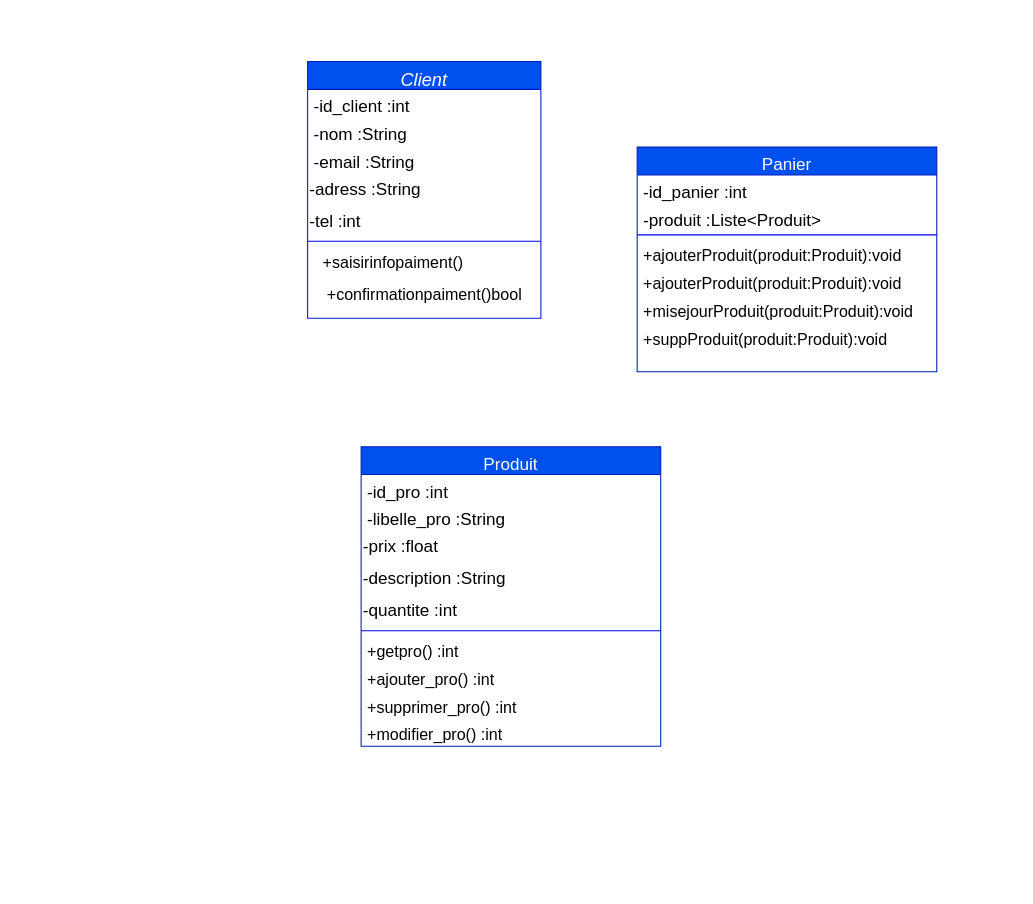
This is page "Page-1" (1 of 3) of Class Diagram.drawio from hananemazyan/DIAGRAMS, a draw.io file, before an edit. Source tidied: cells renumbered, new cells numbered last; positions are measured from the earlier drawing's top-left corner, leaving out a move shared by most shapes. Both pictures are drawn from the tidied source at 107%, with x=0, y=0 at pixel (307, 61).
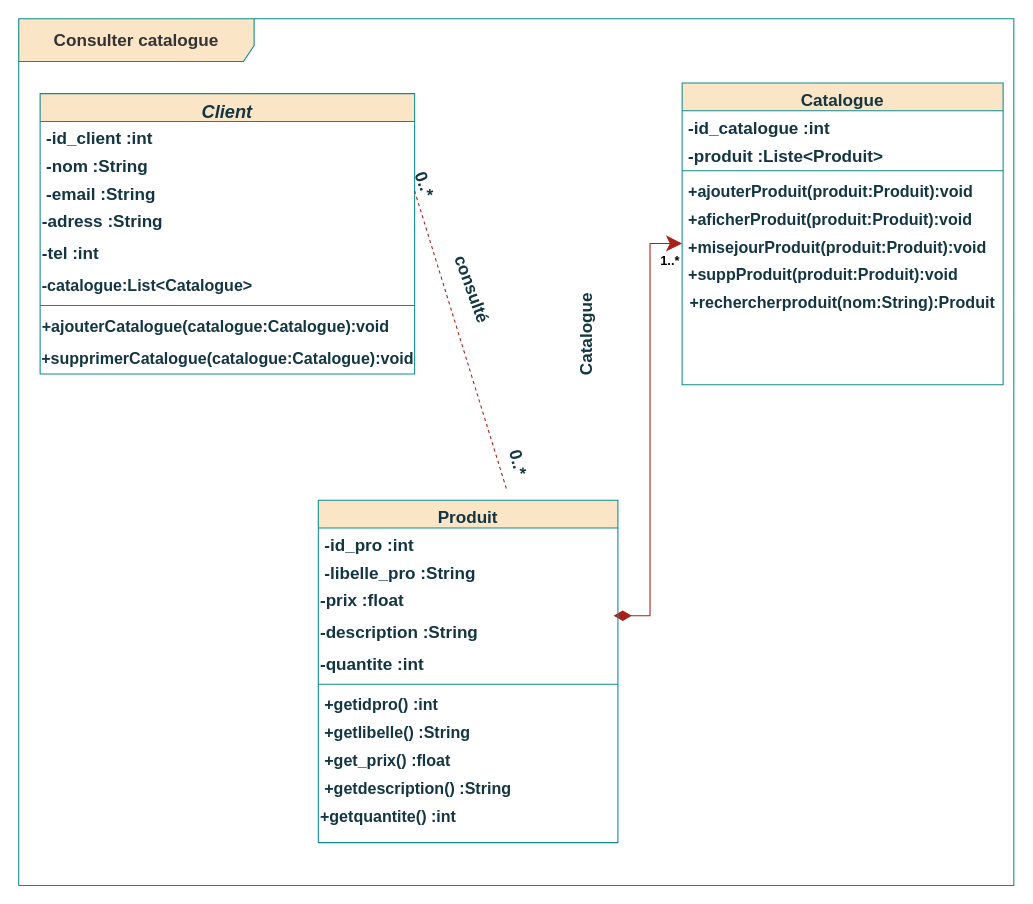
After the change.

Diff of the diagram source:
```diff
@@
-    <mxCell id="2" value="Client" style="swimlane;fontStyle=2;align=center;verticalAlign=top;horizontal=1;startSize=26;rounded=0;shadow=0;strokeWidth=1;fontSize=17;fillColor=#0050ef;strokeColor=#001DBC;fontColor=#ffffff;" parent="1" vertex="1">
-      <mxGeometry width="218" height="240" as="geometry" />
+    <mxCell id="2" value="Client" style="swimlane;fontStyle=3;align=center;verticalAlign=top;horizontal=1;startSize=26;rounded=0;shadow=0;strokeWidth=1;fontSize=17;fillColor=#FAE5C7;strokeColor=#0F8B8D;fontColor=#143642;labelBackgroundColor=none;" parent="1" vertex="1">
+      <mxGeometry x="-250" y="30" width="350" height="262" as="geometry" />
     </mxCell>
-    <mxCell id="3" value="-id_client :int" style="text;align=left;verticalAlign=top;spacingLeft=4;spacingRight=4;overflow=hidden;fontSize=16;" parent="2" vertex="1">
-      <mxGeometry y="26" width="218" height="26" as="geometry" />
+    <mxCell id="3" value="-id_client :int" style="text;align=left;verticalAlign=top;spacingLeft=4;spacingRight=4;overflow=hidden;fontSize=16;fontStyle=1;labelBackgroundColor=none;fontColor=#143642;" parent="2" vertex="1">
+      <mxGeometry y="26" width="350" height="26" as="geometry" />
     </mxCell>
-    <mxCell id="4" value="-nom :String" style="text;align=left;verticalAlign=top;spacingLeft=4;spacingRight=4;overflow=hidden;rounded=0;shadow=0;html=0;fontSize=16;" parent="2" vertex="1">
-      <mxGeometry y="52" width="218" height="26" as="geometry" />
+    <mxCell id="4" value="-nom :String" style="text;align=left;verticalAlign=top;spacingLeft=4;spacingRight=4;overflow=hidden;rounded=0;shadow=0;html=0;fontSize=16;fontStyle=1;labelBackgroundColor=none;fontColor=#143642;" parent="2" vertex="1">
+      <mxGeometry y="52" width="350" height="26" as="geometry" />
     </mxCell>
-    <mxCell id="5" value="-email :String" style="text;align=left;verticalAlign=top;spacingLeft=4;spacingRight=4;overflow=hidden;points=[[0,0.5],[1,0.5]];portConstraint=eastwest;rounded=0;shadow=0;html=0;fontSize=16;" parent="2" vertex="1">
-      <mxGeometry y="78" width="218" height="26" as="geometry" />
+    <mxCell id="5" value="-email :String" style="text;align=left;verticalAlign=top;spacingLeft=4;spacingRight=4;overflow=hidden;points=[[0,0.5],[1,0.5]];portConstraint=eastwest;rounded=0;shadow=0;html=0;fontSize=16;fontStyle=1;labelBackgroundColor=none;fontColor=#143642;" parent="2" vertex="1">
+      <mxGeometry y="78" width="350" height="26" as="geometry" />
     </mxCell>
-    <mxCell id="6" value="-adress :String" style="text;strokeColor=none;fillColor=none;html=1;align=left;verticalAlign=middle;whiteSpace=wrap;rounded=0;fontSize=16;" parent="2" vertex="1">
-      <mxGeometry y="104" width="218" height="30" as="geometry" />
+    <mxCell id="6" value="&lt;b&gt;-adress :String&lt;/b&gt;" style="text;strokeColor=none;fillColor=none;html=1;align=left;verticalAlign=middle;whiteSpace=wrap;rounded=0;fontSize=16;labelBackgroundColor=none;fontColor=#143642;" parent="2" vertex="1">
+      <mxGeometry y="104" width="350" height="30" as="geometry" />
     </mxCell>
-    <mxCell id="7" value="-tel :int" style="text;strokeColor=none;fillColor=none;html=1;align=left;verticalAlign=middle;whiteSpace=wrap;rounded=0;fontSize=16;" parent="2" vertex="1">
-      <mxGeometry y="134" width="218" height="30" as="geometry" />
+    <mxCell id="7" value="&lt;b&gt;-tel :int&lt;/b&gt;" style="text;strokeColor=none;fillColor=none;html=1;align=left;verticalAlign=middle;whiteSpace=wrap;rounded=0;fontSize=16;labelBackgroundColor=none;fontColor=#143642;" parent="2" vertex="1">
+      <mxGeometry y="134" width="350" height="30" as="geometry" />
     </mxCell>
+    <mxCell id="30" value="&lt;span style=&quot;font-size: 15px;&quot;&gt;&lt;b&gt;-catalogue:List&amp;lt;Catalogue&amp;gt;&lt;/b&gt;&lt;/span&gt;" style="text;strokeColor=none;fillColor=none;html=1;align=left;verticalAlign=middle;whiteSpace=wrap;rounded=0;fontSize=16;labelBackgroundColor=none;fontColor=#143642;" parent="2" vertex="1">
+      <mxGeometry y="164" width="350" height="30" as="geometry" />
+    </mxCell>
-    <mxCell id="8" style="line;html=1;strokeWidth=1;align=left;verticalAlign=middle;spacingTop=-1;spacingLeft=3;spacingRight=3;labelPosition=right;strokeColor=#0000FF;" parent="2" vertex="1">
-      <mxGeometry y="164" width="218" height="8" as="geometry" />
+    <mxCell id="8" style="line;html=1;strokeWidth=1;align=left;verticalAlign=middle;spacingTop=-1;spacingLeft=3;spacingRight=3;labelPosition=right;strokeColor=#0F8B8D;labelBackgroundColor=none;fillColor=#FAE5C7;fontColor=#143642;" parent="2" vertex="1">
+      <mxGeometry y="194" width="350" height="8" as="geometry" />
     </mxCell>
-    <mxCell id="9" value="&amp;nbsp; &amp;nbsp;+saisirinfopaiment()" style="text;html=1;align=left;verticalAlign=middle;whiteSpace=wrap;rounded=0;fontSize=15;strokeWidth=5;fillColor=none;strokeColor=none;glass=0;" parent="2" vertex="1">
-      <mxGeometry y="172" width="218" height="30" as="geometry" />
+    <mxCell id="9" value="&lt;b&gt;+ajouterCatalogue(catalogue:Catalogue):void&lt;/b&gt;" style="text;html=1;align=left;verticalAlign=middle;whiteSpace=wrap;rounded=0;fontSize=15;strokeWidth=5;fillColor=none;strokeColor=none;glass=0;labelBackgroundColor=none;fontColor=#143642;" parent="2" vertex="1">
+      <mxGeometry y="202" width="350" height="30" as="geometry" />
     </mxCell>
-    <mxCell id="10" value="+confirmationpaiment()bool" style="text;html=1;align=center;verticalAlign=middle;strokeColor=none;fillColor=none;fontSize=15;" parent="2" vertex="1">
-      <mxGeometry y="202" width="218" height="30" as="geometry" />
+    <mxCell id="10" value="&lt;b&gt;+supprimerCatalogue(catalogue:Catalogue):void&lt;/b&gt;" style="text;html=1;align=center;verticalAlign=middle;strokeColor=none;fillColor=none;fontSize=15;labelBackgroundColor=none;fontColor=#143642;" parent="2" vertex="1">
+      <mxGeometry y="232" width="350" height="30" as="geometry" />
     </mxCell>
+    <mxCell id="31" value="&lt;b&gt;1..*&lt;/b&gt;" style="endArrow=classic;html=1;endSize=12;startArrow=diamondThin;startSize=14;startFill=1;edgeStyle=elbowEdgeStyle;align=left;verticalAlign=bottom;rounded=0;fontSize=12;exitX=0.75;exitY=0;exitDx=0;exitDy=0;entryX=-0.007;entryY=0.769;entryDx=0;entryDy=0;entryPerimeter=0;labelBackgroundColor=none;strokeColor=#A8201A;fontColor=default;endFill=1;" parent="1" edge="1">
+      <mxGeometry x="0.73" y="-8" relative="1" as="geometry">
+        <mxPoint x="286" y="518" as="sourcePoint" />
+        <mxPoint x="350" y="170" as="targetPoint" />
+        <Array as="points">
+          <mxPoint x="320" y="398" />
+        </Array>
+      </mxGeometry>
+    </mxCell>
-    <mxCell id="11" value="Produit" style="swimlane;fontStyle=0;align=center;verticalAlign=top;horizontal=1;startSize=26;rounded=0;shadow=0;strokeWidth=1;fontSize=16;fillColor=#0050ef;fontColor=#ffffff;strokeColor=#001DBC;" parent="1" vertex="1">
-      <mxGeometry x="50" y="360" width="280" height="280" as="geometry" />
+    <mxCell id="11" value="Produit" style="swimlane;fontStyle=1;align=center;verticalAlign=top;horizontal=1;startSize=26;rounded=0;shadow=0;strokeWidth=1;fontSize=16;fillColor=#FAE5C7;fontColor=#143642;strokeColor=#0F8B8D;labelBackgroundColor=none;" parent="1" vertex="1">
+      <mxGeometry x="10" y="410" width="280" height="320" as="geometry" />
     </mxCell>
-    <mxCell id="12" value="-id_pro :int" style="text;align=left;verticalAlign=top;spacingLeft=4;spacingRight=4;overflow=hidden;fontSize=16;" parent="11" vertex="1">
+    <mxCell id="12" value="-id_pro :int" style="text;align=left;verticalAlign=top;spacingLeft=4;spacingRight=4;overflow=hidden;fontSize=16;fontStyle=1;labelBackgroundColor=none;fontColor=#143642;" parent="11" vertex="1">
       <mxGeometry y="26" width="280" height="26" as="geometry" />
     </mxCell>
-    <mxCell id="13" value="-libelle_pro :String" style="text;align=left;verticalAlign=top;spacingLeft=4;spacingRight=4;overflow=hidden;rounded=0;shadow=0;html=0;fontStyle=0;fontSize=16;" parent="11" vertex="1">
+    <mxCell id="13" value="-libelle_pro :String" style="text;align=left;verticalAlign=top;spacingLeft=4;spacingRight=4;overflow=hidden;rounded=0;shadow=0;html=0;fontStyle=1;fontSize=16;labelBackgroundColor=none;fontColor=#143642;" parent="11" vertex="1">
       <mxGeometry y="52" width="280" height="26" as="geometry" />
     </mxCell>
-    <mxCell id="14" value="-prix :float" style="text;strokeColor=none;fillColor=none;html=1;align=left;verticalAlign=middle;whiteSpace=wrap;rounded=0;fontSize=16;" parent="11" vertex="1">
+    <mxCell id="14" value="&lt;b&gt;-prix :float&lt;/b&gt;" style="text;strokeColor=none;fillColor=none;html=1;align=left;verticalAlign=middle;whiteSpace=wrap;rounded=0;fontSize=16;labelBackgroundColor=none;fontColor=#143642;" parent="11" vertex="1">
       <mxGeometry y="78" width="280" height="30" as="geometry" />
     </mxCell>
-    <mxCell id="15" value="-description :String" style="text;strokeColor=none;fillColor=none;html=1;align=left;verticalAlign=middle;whiteSpace=wrap;rounded=0;fontSize=16;" parent="11" vertex="1">
+    <mxCell id="15" value="&lt;b&gt;-description :String&lt;/b&gt;" style="text;strokeColor=none;fillColor=none;html=1;align=left;verticalAlign=middle;whiteSpace=wrap;rounded=0;fontSize=16;labelBackgroundColor=none;fontColor=#143642;" parent="11" vertex="1">
       <mxGeometry y="108" width="280" height="30" as="geometry" />
     </mxCell>
-    <mxCell id="16" value="-quantite :int" style="text;strokeColor=none;fillColor=none;html=1;align=left;verticalAlign=middle;whiteSpace=wrap;rounded=0;fontSize=16;" parent="11" vertex="1">
+    <mxCell id="16" value="&lt;b&gt;-quantite :int&lt;/b&gt;" style="text;strokeColor=none;fillColor=none;html=1;align=left;verticalAlign=middle;whiteSpace=wrap;rounded=0;fontSize=16;labelBackgroundColor=none;fontColor=#143642;" parent="11" vertex="1">
       <mxGeometry y="138" width="280" height="30" as="geometry" />
     </mxCell>
-    <mxCell id="17" style="line;html=1;strokeWidth=1;align=left;verticalAlign=middle;spacingTop=-1;spacingLeft=3;spacingRight=3;labelPosition=right;strokeColor=#0000FF;" parent="11" vertex="1">
+    <mxCell id="17" style="line;html=1;strokeWidth=1;align=left;verticalAlign=middle;spacingTop=-1;spacingLeft=3;spacingRight=3;labelPosition=right;strokeColor=#0F8B8D;labelBackgroundColor=none;fillColor=#FAE5C7;fontColor=#143642;" parent="11" vertex="1">
       <mxGeometry y="168" width="280" height="8" as="geometry" />
     </mxCell>
-    <mxCell id="18" value="+getpro() :int" style="text;align=left;verticalAlign=top;spacingLeft=4;spacingRight=4;overflow=hidden;fontStyle=0;fontSize=15;" parent="11" vertex="1">
+    <mxCell id="18" value="+getidpro() :int" style="text;align=left;verticalAlign=top;spacingLeft=4;spacingRight=4;overflow=hidden;fontStyle=1;fontSize=15;labelBackgroundColor=none;fontColor=#143642;" parent="11" vertex="1">
       <mxGeometry y="176" width="280" height="26" as="geometry" />
     </mxCell>
-    <mxCell id="19" value="+ajouter_pro() :int" style="text;align=left;verticalAlign=top;spacingLeft=4;spacingRight=4;overflow=hidden;fontSize=15;" parent="11" vertex="1">
+    <mxCell id="19" value="+getlibelle() :String" style="text;align=left;verticalAlign=top;spacingLeft=4;spacingRight=4;overflow=hidden;fontSize=15;fontStyle=1;labelBackgroundColor=none;fontColor=#143642;" parent="11" vertex="1">
       <mxGeometry y="202" width="280" height="26" as="geometry" />
     </mxCell>
-    <mxCell id="20" value="+supprimer_pro() :int" style="text;align=left;verticalAlign=top;spacingLeft=4;spacingRight=4;overflow=hidden;fontSize=15;" parent="11" vertex="1">
+    <mxCell id="20" value="+get_prix() :float" style="text;align=left;verticalAlign=top;spacingLeft=4;spacingRight=4;overflow=hidden;fontSize=15;fontStyle=1;labelBackgroundColor=none;fontColor=#143642;" parent="11" vertex="1">
       <mxGeometry y="228" width="280" height="26" as="geometry" />
     </mxCell>
-    <mxCell id="21" value="+modifier_pro() :int" style="text;align=left;verticalAlign=top;spacingLeft=4;spacingRight=4;overflow=hidden;fontSize=15;" parent="11" vertex="1">
+    <mxCell id="21" value="+getdescription() :String" style="text;align=left;verticalAlign=top;spacingLeft=4;spacingRight=4;overflow=hidden;fontSize=15;fontStyle=1;labelBackgroundColor=none;fontColor=#143642;" parent="11" vertex="1">
       <mxGeometry y="254" width="280" height="26" as="geometry" />
     </mxCell>
+    <mxCell id="32" value="&lt;font style=&quot;font-size: 15px;&quot;&gt;&lt;b&gt;+getquantite() :int&lt;/b&gt;&lt;/font&gt;" style="text;strokeColor=none;fillColor=none;html=1;align=left;verticalAlign=middle;whiteSpace=wrap;rounded=0;fontSize=16;labelBackgroundColor=none;fontColor=#143642;" parent="11" vertex="1">
+      <mxGeometry y="280" width="280" height="30" as="geometry" />
+    </mxCell>
-    <mxCell id="22" value="Panier" style="swimlane;fontStyle=0;align=center;verticalAlign=top;horizontal=1;startSize=26;rounded=0;shadow=0;strokeWidth=1;fillColor=#0050ef;fontColor=#ffffff;strokeColor=#001DBC;fontSize=16;" parent="1" vertex="1">
-      <mxGeometry x="308" y="80" width="280" height="210" as="geometry" />
+    <mxCell id="22" value="Catalogue" style="swimlane;fontStyle=1;align=center;verticalAlign=top;horizontal=1;startSize=26;rounded=0;shadow=0;strokeWidth=1;fillColor=#FAE5C7;fontColor=#143642;strokeColor=#0F8B8D;fontSize=16;labelBackgroundColor=none;" parent="1" vertex="1">
+      <mxGeometry x="350" y="20" width="300" height="282" as="geometry" />
     </mxCell>
-    <mxCell id="23" value="-id_panier :int" style="text;align=left;verticalAlign=top;spacingLeft=4;spacingRight=4;overflow=hidden;fontSize=16;" parent="22" vertex="1">
-      <mxGeometry y="26" width="280" height="26" as="geometry" />
+    <mxCell id="23" value="-id_catalogue :int" style="text;align=left;verticalAlign=top;spacingLeft=4;spacingRight=4;overflow=hidden;fontSize=16;fontStyle=1;labelBackgroundColor=none;fontColor=#143642;" parent="22" vertex="1">
+      <mxGeometry y="26" width="300" height="26" as="geometry" />
     </mxCell>
-    <mxCell id="24" value="-produit :Liste&lt;Produit&gt;" style="text;align=left;verticalAlign=top;spacingLeft=4;spacingRight=4;overflow=hidden;rounded=0;shadow=0;html=0;fontSize=16;" parent="22" vertex="1">
-      <mxGeometry y="52" width="280" height="26" as="geometry" />
+    <mxCell id="24" value="-produit :Liste&lt;Produit&gt;" style="text;align=left;verticalAlign=top;spacingLeft=4;spacingRight=4;overflow=hidden;rounded=0;shadow=0;html=0;fontSize=16;fontStyle=1;labelBackgroundColor=none;fontColor=#143642;" parent="22" vertex="1">
+      <mxGeometry y="52" width="300" height="26" as="geometry" />
     </mxCell>
-    <mxCell id="25" style="line;html=1;strokeWidth=1;align=left;verticalAlign=middle;spacingTop=-1;spacingLeft=3;spacingRight=3;labelPosition=right;strokeColor=#0000FF;" parent="22" vertex="1">
-      <mxGeometry y="78" width="280" height="8" as="geometry" />
+    <mxCell id="25" style="line;html=1;strokeWidth=1;align=left;verticalAlign=middle;spacingTop=-1;spacingLeft=3;spacingRight=3;labelPosition=right;strokeColor=#0F8B8D;labelBackgroundColor=none;fillColor=#FAE5C7;fontColor=#143642;" parent="22" vertex="1">
+      <mxGeometry y="78" width="300" height="8" as="geometry" />
     </mxCell>
-    <mxCell id="26" value="+ajouterProduit(produit:Produit):void" style="text;align=left;verticalAlign=top;spacingLeft=4;spacingRight=4;overflow=hidden;fontSize=15;" parent="22" vertex="1">
-      <mxGeometry y="86" width="280" height="26" as="geometry" />
+    <mxCell id="26" value="+ajouterProduit(produit:Produit):void" style="text;align=left;verticalAlign=top;spacingLeft=4;spacingRight=4;overflow=hidden;fontSize=15;fontStyle=1;labelBackgroundColor=none;fontColor=#143642;" parent="22" vertex="1">
+      <mxGeometry y="86" width="300" height="26" as="geometry" />
     </mxCell>
-    <mxCell id="27" value="+ajouterProduit(produit:Produit):void" style="text;align=left;verticalAlign=top;spacingLeft=4;spacingRight=4;overflow=hidden;fontSize=15;" parent="22" vertex="1">
-      <mxGeometry y="112" width="280" height="26" as="geometry" />
+    <mxCell id="27" value="+aficherProduit(produit:Produit):void" style="text;align=left;verticalAlign=top;spacingLeft=4;spacingRight=4;overflow=hidden;fontSize=15;fontStyle=1;labelBackgroundColor=none;fontColor=#143642;" parent="22" vertex="1">
+      <mxGeometry y="112" width="300" height="26" as="geometry" />
     </mxCell>
-    <mxCell id="28" value="+misejourProduit(produit:Produit):void" style="text;align=left;verticalAlign=top;spacingLeft=4;spacingRight=4;overflow=hidden;fontSize=15;" parent="22" vertex="1">
-      <mxGeometry y="138" width="280" height="26" as="geometry" />
+    <mxCell id="28" value="+misejourProduit(produit:Produit):void" style="text;align=left;verticalAlign=top;spacingLeft=4;spacingRight=4;overflow=hidden;fontSize=15;fontStyle=1;labelBackgroundColor=none;fontColor=#143642;" parent="22" vertex="1">
+      <mxGeometry y="138" width="300" height="26" as="geometry" />
     </mxCell>
-    <mxCell id="29" value="+suppProduit(produit:Produit):void" style="text;align=left;verticalAlign=top;spacingLeft=4;spacingRight=4;overflow=hidden;fontSize=15;" parent="22" vertex="1">
-      <mxGeometry y="164" width="280" height="26" as="geometry" />
+    <mxCell id="29" value="+suppProduit(produit:Produit):void" style="text;align=left;verticalAlign=top;spacingLeft=4;spacingRight=4;overflow=hidden;fontSize=15;fontStyle=1;labelBackgroundColor=none;fontColor=#143642;" parent="22" vertex="1">
+      <mxGeometry y="164" width="300" height="26" as="geometry" />
     </mxCell>
+    <mxCell id="33" value="&lt;font style=&quot;font-size: 15px;&quot;&gt;&lt;b&gt;+rechercherproduit(nom:String):Produit&lt;/b&gt;&lt;/font&gt;" style="text;strokeColor=none;fillColor=none;html=1;align=center;verticalAlign=middle;whiteSpace=wrap;rounded=0;fontSize=16;labelBackgroundColor=none;fontColor=#143642;" parent="22" vertex="1">
+      <mxGeometry y="190" width="300" height="30" as="geometry" />
+    </mxCell>
+    <mxCell id="34" style="endArrow=none;dashed=1;html=1;rounded=0;fontSize=12;startSize=8;endSize=8;curved=1;exitX=1;exitY=0.5;exitDx=0;exitDy=0;labelBackgroundColor=none;strokeColor=#A8201A;fontColor=default;" parent="1" edge="1" source="5">
+      <mxGeometry relative="1" as="geometry">
+        <mxPoint x="186" y="400" as="targetPoint" />
+      </mxGeometry>
+    </mxCell>
+    <mxCell id="35" value="&lt;b&gt;consulté&amp;nbsp;&lt;/b&gt;" style="text;strokeColor=none;fillColor=none;html=1;align=center;verticalAlign=middle;whiteSpace=wrap;rounded=0;fontSize=16;rotation=70;labelBackgroundColor=none;fontColor=#143642;" parent="1" vertex="1">
+      <mxGeometry x="85" y="200" width="140" height="30" as="geometry" />
+    </mxCell>
+    <mxCell id="36" value="&lt;b&gt;0..*&lt;/b&gt;" style="text;strokeColor=none;fillColor=none;html=1;align=center;verticalAlign=middle;whiteSpace=wrap;rounded=0;fontSize=16;rotation=70;labelBackgroundColor=none;fontColor=#143642;" parent="1" vertex="1">
+      <mxGeometry x="40" y="100" width="140" height="30" as="geometry" />
+    </mxCell>
+    <mxCell id="37" value="&lt;b&gt;Catalogue&lt;/b&gt;" style="text;strokeColor=none;fillColor=none;html=1;align=center;verticalAlign=middle;whiteSpace=wrap;rounded=0;fontSize=16;rotation=-90;labelBackgroundColor=none;fontColor=#143642;" parent="1" vertex="1">
+      <mxGeometry x="190" y="240" width="140" height="30" as="geometry" />
+    </mxCell>
+    <mxCell id="38" value="&lt;b style=&quot;&quot;&gt;&lt;font color=&quot;#333333&quot;&gt;Consulter catalogue&lt;/font&gt;&lt;/b&gt;" style="shape=umlFrame;whiteSpace=wrap;html=1;fontSize=16;width=220;height=40;fillColor=#FAE5C7;strokeColor=#0F8B8D;swimlaneFillColor=none;labelBackgroundColor=none;fontColor=#143642;" parent="1" vertex="1">
+      <mxGeometry x="-270" y="-40" width="930" height="810" as="geometry" />
+    </mxCell>
+    <mxCell id="39" value="&lt;b&gt;0..*&lt;/b&gt;" style="text;strokeColor=none;fillColor=none;html=1;align=center;verticalAlign=middle;whiteSpace=wrap;rounded=0;fontSize=16;rotation=75;labelBackgroundColor=none;fontColor=#143642;" parent="1" vertex="1">
+      <mxGeometry x="170" y="360" width="55" height="30" as="geometry" />
+    </mxCell>
```
